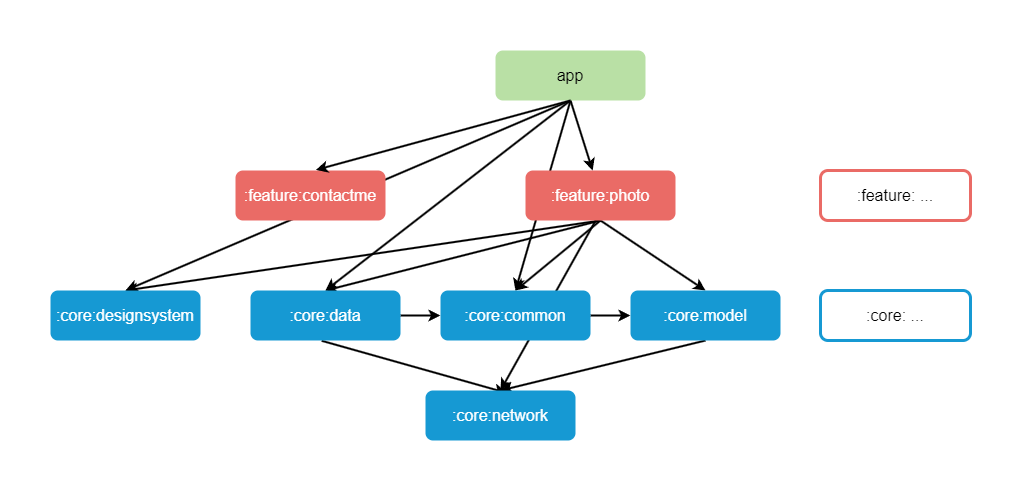
The draw.io diagram docs/images/modularization-graph.drawio.png in azrael8576/picquest, before a commit. Source tidied: cells renumbered, new cells last; positions are measured from the earlier drawing's top-left corner, leaving out a move shared by most shapes.
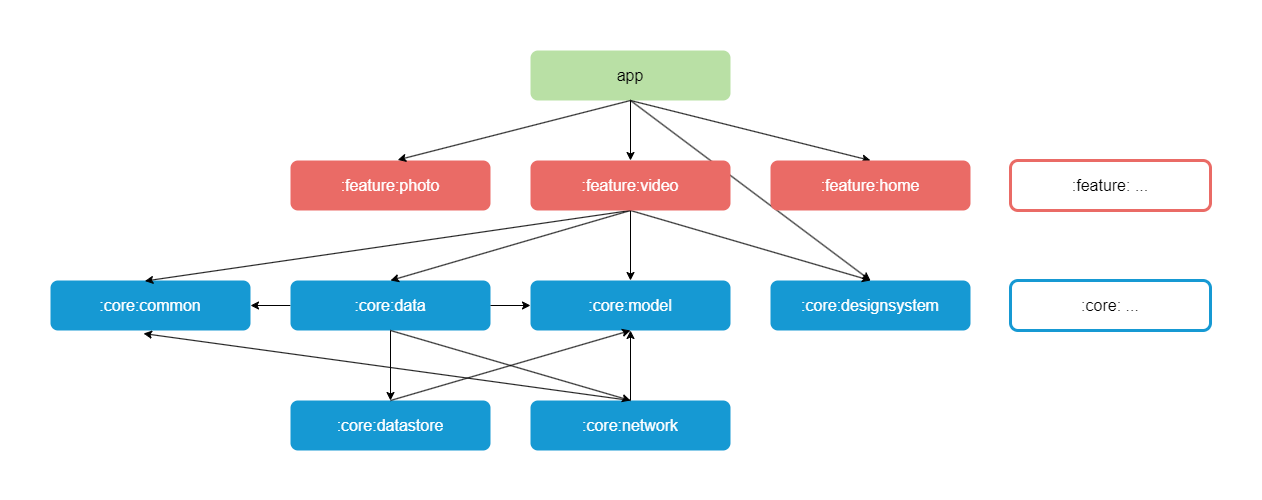
Later version of the same file.

Commit message:
chore: Update Module Dependencies (fixes #85) - docs: Update modularization-graph image

Change to the diagram source:
```diff
@@ -2,77 +2,86 @@
   <root>
     <mxCell id="0" />
     <mxCell id="1" parent="0" />
-    <mxCell id="2" style="endArrow=classic;html=1;rounded=0;exitX=0.5;exitY=1;exitDx=0;exitDy=0;strokeColor=default;strokeWidth=2;fontColor=#FFFFFF;" parent="1" edge="1" source="15" target="16">
-      <mxGeometry relative="1" as="geometry" />
-    </mxCell>
-    <mxCell id="3" style="endArrow=classic;html=1;rounded=0;strokeColor=default;strokeWidth=2;entryX=0.5;entryY=0;entryDx=0;entryDy=0;exitX=0.5;exitY=1;exitDx=0;exitDy=0;fontColor=#FFFFFF;" parent="1" edge="1" source="15" target="21">
-      <mxGeometry relative="1" as="geometry" />
-    </mxCell>
-    <mxCell id="4" style="endArrow=classic;html=1;rounded=0;strokeColor=default;strokeWidth=2;entryX=0.5;entryY=0;entryDx=0;entryDy=0;exitX=0.5;exitY=1;exitDx=0;exitDy=0;fontColor=#FFFFFF;" parent="1" edge="1" source="15" target="19">
-      <mxGeometry relative="1" as="geometry" />
-    </mxCell>
-    <mxCell id="5" style="endArrow=classic;html=1;rounded=0;strokeColor=default;strokeWidth=2;entryX=0.5;entryY=0;entryDx=0;entryDy=0;exitX=0.5;exitY=1;exitDx=0;exitDy=0;fontColor=#FFFFFF;" parent="1" edge="1" source="15" target="22">
-      <mxGeometry relative="1" as="geometry" />
-    </mxCell>
-    <mxCell id="6" style="endArrow=classic;html=1;rounded=0;strokeColor=default;strokeWidth=2;entryX=0.5;entryY=0;entryDx=0;entryDy=0;exitX=0.5;exitY=1;exitDx=0;exitDy=0;fontColor=#FFFFFF;" parent="1" edge="1" source="16" target="21">
-      <mxGeometry relative="1" as="geometry" />
-    </mxCell>
-    <mxCell id="7" style="endArrow=classic;html=1;rounded=0;strokeColor=default;strokeWidth=2;entryX=0.5;entryY=0;entryDx=0;entryDy=0;exitX=0.5;exitY=1;exitDx=0;exitDy=0;fontColor=#FFFFFF;" parent="1" edge="1" source="16" target="19">
-      <mxGeometry relative="1" as="geometry" />
-    </mxCell>
-    <mxCell id="8" style="endArrow=classic;html=1;rounded=0;strokeColor=default;strokeWidth=2;entryX=0.5;entryY=0;entryDx=0;entryDy=0;exitX=0.5;exitY=1;exitDx=0;exitDy=0;fontColor=#FFFFFF;" parent="1" edge="1" source="16" target="22">
-      <mxGeometry relative="1" as="geometry" />
-    </mxCell>
-    <mxCell id="9" style="endArrow=classic;html=1;rounded=0;strokeColor=default;strokeWidth=2;exitX=0.5;exitY=1;exitDx=0;exitDy=0;entryX=0.5;entryY=0;entryDx=0;entryDy=0;fontColor=#FFFFFF;" parent="1" edge="1" source="16" target="18">
-      <mxGeometry relative="1" as="geometry" />
-    </mxCell>
-    <mxCell id="10" style="endArrow=classic;html=1;rounded=0;strokeColor=default;strokeWidth=2;entryX=0.5;entryY=0;entryDx=0;entryDy=0;exitX=0.471;exitY=0.983;exitDx=0;exitDy=0;exitPerimeter=0;fontColor=#FFFFFF;" parent="1" edge="1" source="16" target="17">
-      <mxGeometry relative="1" as="geometry" />
-    </mxCell>
-    <mxCell id="11" style="endArrow=classic;html=1;rounded=0;strokeColor=default;strokeWidth=2;entryX=0;entryY=0.5;entryDx=0;entryDy=0;exitX=1;exitY=0.5;exitDx=0;exitDy=0;fontColor=#FFFFFF;" parent="1" edge="1" source="19" target="22">
+    <mxCell id="11" style="endArrow=classic;html=1;rounded=0;strokeColor=default;strokeWidth=1;exitX=0;exitY=0.5;exitDx=0;exitDy=0;fontColor=#FFFFFF;entryX=1;entryY=0.5;entryDx=0;entryDy=0;" parent="1" edge="1" source="21" target="19">
       <mxGeometry relative="1" as="geometry" />
     </mxCell>
-    <mxCell id="12" style="endArrow=classic;html=1;rounded=0;strokeColor=default;strokeWidth=2;entryX=0;entryY=0.5;entryDx=0;entryDy=0;exitX=1;exitY=0.5;exitDx=0;exitDy=0;fontColor=#FFFFFF;" parent="1" edge="1" source="22" target="18">
-      <mxGeometry relative="1" as="geometry" />
-    </mxCell>
-    <mxCell id="13" style="endArrow=classic;html=1;rounded=0;strokeColor=default;strokeWidth=2;exitX=0.475;exitY=1.006;exitDx=0;exitDy=0;exitPerimeter=0;entryX=0.539;entryY=0.046;entryDx=0;entryDy=0;entryPerimeter=0;fontColor=#FFFFFF;" parent="1" edge="1" source="19" target="17">
-      <mxGeometry relative="1" as="geometry" />
-    </mxCell>
-    <mxCell id="14" style="endArrow=classic;html=1;rounded=0;strokeColor=default;strokeWidth=2;entryX=0.5;entryY=0;entryDx=0;entryDy=0;exitX=0.5;exitY=1;exitDx=0;exitDy=0;fontColor=#FFFFFF;" parent="1" edge="1" source="18" target="17">
-      <mxGeometry relative="1" as="geometry" />
-    </mxCell>
     <mxCell id="15" value="&lt;font style=&quot;font-size: 16px;&quot;&gt;app&lt;/font&gt;" style="rounded=1;whiteSpace=wrap;html=1;fontSize=16;fillColor=#B9E0A5;strokeColor=none;strokeWidth=2;fontColor=#000000;" parent="1" vertex="1">
-      <mxGeometry x="445" width="150" height="50" as="geometry" />
+      <mxGeometry x="185" width="200" height="50" as="geometry" />
     </mxCell>
-    <mxCell id="16" value="&lt;font style=&quot;font-size: 16px;&quot;&gt;:feature:photo&lt;/font&gt;" style="rounded=1;whiteSpace=wrap;html=1;fontSize=16;fillColor=#EA6B66;strokeColor=none;strokeWidth=2;fontColor=#FFFFFF;" parent="1" vertex="1">
-      <mxGeometry x="475" y="120" width="150" height="50" as="geometry" />
-    </mxCell>
-    <mxCell id="17" value=":core:network" style="rounded=1;whiteSpace=wrap;html=1;fontSize=16;fillColor=#1699D3;strokeColor=none;strokeWidth=2;fontColor=#FFFFFF;" parent="1" vertex="1">
-      <mxGeometry x="375" y="340" width="150" height="50" as="geometry" />
-    </mxCell>
-    <mxCell id="18" value=":core:model" style="rounded=1;whiteSpace=wrap;html=1;fontSize=16;fillColor=#1699D3;strokeColor=none;strokeWidth=2;fontColor=#FFFFFF;" parent="1" vertex="1">
-      <mxGeometry x="580" y="240" width="150" height="50" as="geometry" />
-    </mxCell>
-    <mxCell id="19" value=":core:data" style="rounded=1;whiteSpace=wrap;html=1;fontSize=16;fillColor=#1699D3;strokeColor=none;strokeWidth=2;fontColor=#FFFFFF;" parent="1" vertex="1">
-      <mxGeometry x="200" y="240" width="150" height="50" as="geometry" />
+    <mxCell id="19" value=":core:common" style="rounded=1;whiteSpace=wrap;html=1;fontSize=16;fillColor=#1699D3;strokeColor=none;strokeWidth=1;fontColor=#FFFFFF;" parent="1" vertex="1">
+      <mxGeometry x="-295" y="230" width="200" height="50" as="geometry" />
     </mxCell>
-    <mxCell id="20" value="&lt;font style=&quot;font-size: 16px;&quot;&gt;:feature:contactme&lt;/font&gt;" style="rounded=1;whiteSpace=wrap;html=1;fontSize=16;fillColor=#EA6B66;strokeColor=none;strokeWidth=2;fontColor=#FFFFFF;" parent="1" vertex="1">
-      <mxGeometry x="185" y="120" width="150" height="50" as="geometry" />
+    <mxCell id="20" value="&lt;font style=&quot;font-size: 16px;&quot;&gt;:feature:photo&lt;/font&gt;" style="rounded=1;whiteSpace=wrap;html=1;fontSize=16;fillColor=#EA6B66;strokeColor=none;strokeWidth=1;fontColor=#FFFFFF;" parent="1" vertex="1">
+      <mxGeometry x="-55" y="110" width="200" height="50" as="geometry" />
     </mxCell>
-    <mxCell id="21" value=":core:designsystem" style="rounded=1;whiteSpace=wrap;html=1;fontSize=16;fillColor=#1699D3;strokeColor=none;strokeWidth=2;fontColor=#FFFFFF;" parent="1" vertex="1">
-      <mxGeometry y="240" width="150" height="50" as="geometry" />
+    <mxCell id="21" value=":core:data" style="rounded=1;whiteSpace=wrap;html=1;fontSize=16;fillColor=#1699D3;strokeColor=none;strokeWidth=1;fontColor=#FFFFFF;" parent="1" vertex="1">
+      <mxGeometry x="-55" y="230" width="200" height="50" as="geometry" />
     </mxCell>
-    <mxCell id="22" value=":core:common" style="rounded=1;whiteSpace=wrap;html=1;fontSize=16;fillColor=#1699D3;strokeColor=none;strokeWidth=2;fontColor=#FFFFFF;" parent="1" vertex="1">
-      <mxGeometry x="390" y="240" width="150" height="50" as="geometry" />
-    </mxCell>
-    <mxCell id="23" value="&lt;font style=&quot;font-size: 16px;&quot;&gt;:feature: ...&lt;/font&gt;" style="rounded=1;whiteSpace=wrap;html=1;fontSize=16;fillColor=#FFFFFF;strokeColor=#EA6B66;fontColor=#000000;strokeWidth=3;" parent="1" vertex="1">
-      <mxGeometry x="770" y="120" width="150" height="50" as="geometry" />
+    <mxCell id="23" value=":feature: ..." style="rounded=1;whiteSpace=wrap;html=1;fontSize=16;fillColor=#FFFFFF;strokeColor=#EA6B66;fontColor=#000000;strokeWidth=3;" parent="1" vertex="1">
+      <mxGeometry x="665" y="110" width="200" height="50" as="geometry" />
     </mxCell>
+    <mxCell id="25" style="endArrow=classic;html=1;rounded=0;strokeColor=default;strokeWidth=1;entryX=0.536;entryY=-0.011;entryDx=0;entryDy=0;exitX=0.5;exitY=1;exitDx=0;exitDy=0;entryPerimeter=0;fontColor=#FFFFFF;" parent="1" edge="1" source="15" target="20">
+      <mxGeometry relative="1" as="geometry" />
+    </mxCell>
+    <mxCell id="18" value=":core:model" style="rounded=1;whiteSpace=wrap;html=1;fontSize=16;fillColor=#1699D3;strokeColor=none;strokeWidth=2;fontColor=#FFFFFF;" parent="1" vertex="1">
+      <mxGeometry x="185" y="230" width="200" height="50" as="geometry" />
+    </mxCell>
+    <mxCell id="26" style="endArrow=classic;html=1;rounded=0;strokeColor=default;strokeWidth=1;exitX=1;exitY=0.5;exitDx=0;exitDy=0;fontColor=#FFFFFF;entryX=0;entryY=0.5;entryDx=0;entryDy=0;" parent="1" edge="1" source="21" target="18">
+      <mxGeometry relative="1" as="geometry" />
+    </mxCell>
+    <mxCell id="27" style="endArrow=classic;html=1;rounded=0;strokeColor=default;strokeWidth=1;entryX=0.472;entryY=0.011;entryDx=0;entryDy=0;exitX=0.5;exitY=1;exitDx=0;exitDy=0;entryPerimeter=0;fontColor=#FFFFFF;" parent="1" edge="1" source="42" target="19">
+      <mxGeometry relative="1" as="geometry" />
+    </mxCell>
+    <mxCell id="28" style="endArrow=classic;html=1;rounded=0;strokeColor=default;strokeWidth=1;entryX=0.5;entryY=0;entryDx=0;entryDy=0;exitX=0.5;exitY=1;exitDx=0;exitDy=0;fontColor=#FFFFFF;" parent="1" edge="1" source="15" target="42">
+      <mxGeometry relative="1" as="geometry" />
+    </mxCell>
+    <mxCell id="29" style="endArrow=classic;html=1;rounded=0;strokeColor=default;strokeWidth=1;entryX=0.5;entryY=0;entryDx=0;entryDy=0;exitX=0.5;exitY=1;exitDx=0;exitDy=0;fontColor=#FFFFFF;" parent="1" edge="1" source="42" target="21">
+      <mxGeometry relative="1" as="geometry" />
+    </mxCell>
+    <mxCell id="30" style="endArrow=classic;html=1;rounded=0;strokeColor=default;strokeWidth=1;entryX=0.5;entryY=0;entryDx=0;entryDy=0;exitX=0.5;exitY=1;exitDx=0;exitDy=0;fontColor=#FFFFFF;" parent="1" edge="1" source="42" target="18">
+      <mxGeometry relative="1" as="geometry" />
+    </mxCell>
+    <mxCell id="31" style="endArrow=classic;html=1;rounded=0;strokeColor=default;strokeWidth=1;entryX=0.5;entryY=0;entryDx=0;entryDy=0;exitX=0.5;exitY=1;exitDx=0;exitDy=0;fontColor=#FFFFFF;" parent="1" edge="1" source="15" target="35">
+      <mxGeometry relative="1" as="geometry" />
+    </mxCell>
+    <mxCell id="32" value=":core:designsystem" style="rounded=1;whiteSpace=wrap;html=1;fontSize=16;fillColor=#1699D3;strokeColor=none;strokeWidth=1;fontColor=#FFFFFF;" parent="1" vertex="1">
+      <mxGeometry x="425" y="230" width="200" height="50" as="geometry" />
+    </mxCell>
+    <mxCell id="17" value=":core:network" style="rounded=1;whiteSpace=wrap;html=1;fontSize=16;fillColor=#1699D3;strokeColor=none;strokeWidth=1;fontColor=#FFFFFF;" parent="1" vertex="1">
+      <mxGeometry x="185" y="350" width="200" height="50" as="geometry" />
+    </mxCell>
+    <mxCell id="33" value=":core:datastore" style="rounded=1;whiteSpace=wrap;html=1;fontSize=16;fillColor=#1699D3;strokeColor=none;strokeWidth=1;fontColor=#FFFFFF;" parent="1" vertex="1">
+      <mxGeometry x="-55" y="350" width="200" height="50" as="geometry" />
+    </mxCell>
+    <mxCell id="34" style="endArrow=classic;html=1;rounded=0;strokeColor=default;strokeWidth=1;entryX=0.5;entryY=0;entryDx=0;entryDy=0;exitX=0.5;exitY=1;exitDx=0;exitDy=0;fontColor=#FFFFFF;" parent="1" edge="1" source="15" target="32">
+      <mxGeometry relative="1" as="geometry" />
+    </mxCell>
+    <mxCell id="35" value="&lt;font style=&quot;font-size: 16px;&quot;&gt;:feature:home&lt;/font&gt;" style="rounded=1;whiteSpace=wrap;html=1;fontSize=16;fillColor=#EA6B66;strokeColor=none;strokeWidth=1;fontColor=#FFFFFF;" parent="1" vertex="1">
+      <mxGeometry x="425" y="110" width="200" height="50" as="geometry" />
+    </mxCell>
+    <mxCell id="36" style="endArrow=classic;html=1;rounded=0;strokeColor=default;strokeWidth=1;entryX=0.5;entryY=0;entryDx=0;entryDy=0;exitX=0.5;exitY=1;exitDx=0;exitDy=0;fontColor=#FFFFFF;" parent="1" edge="1" source="42" target="32">
+      <mxGeometry relative="1" as="geometry" />
+    </mxCell>
+    <mxCell id="37" style="endArrow=classic;html=1;rounded=0;strokeColor=default;strokeWidth=1;exitX=0.5;exitY=0;exitDx=0;exitDy=0;fontColor=#FFFFFF;entryX=0.465;entryY=1.061;entryDx=0;entryDy=0;entryPerimeter=0;" parent="1" edge="1" source="17" target="19">
+      <mxGeometry relative="1" as="geometry" />
+    </mxCell>
+    <mxCell id="38" style="endArrow=classic;html=1;rounded=0;strokeColor=default;strokeWidth=1;exitX=0.5;exitY=1;exitDx=0;exitDy=0;fontColor=#FFFFFF;entryX=0.5;entryY=0;entryDx=0;entryDy=0;" parent="1" edge="1" source="21" target="17">
+      <mxGeometry relative="1" as="geometry" />
+    </mxCell>
+    <mxCell id="39" style="endArrow=classic;html=1;rounded=0;strokeColor=default;strokeWidth=1;exitX=0.5;exitY=1;exitDx=0;exitDy=0;fontColor=#FFFFFF;entryX=0.5;entryY=0;entryDx=0;entryDy=0;" parent="1" edge="1" source="21" target="33">
+      <mxGeometry relative="1" as="geometry" />
+    </mxCell>
+    <mxCell id="40" style="endArrow=classic;html=1;rounded=0;strokeColor=default;strokeWidth=1;fontColor=#FFFFFF;exitX=0.5;exitY=0;exitDx=0;exitDy=0;entryX=0.5;entryY=1;entryDx=0;entryDy=0;" parent="1" edge="1" source="33" target="18">
+      <mxGeometry relative="1" as="geometry" />
+    </mxCell>
+    <mxCell id="41" style="endArrow=classic;html=1;rounded=0;strokeColor=default;strokeWidth=1;fontColor=#FFFFFF;exitX=0.5;exitY=0;exitDx=0;exitDy=0;entryX=0.5;entryY=1;entryDx=0;entryDy=0;" parent="1" edge="1" source="17" target="18">
+      <mxGeometry relative="1" as="geometry" />
+    </mxCell>
+    <mxCell id="42" value="&lt;font style=&quot;font-size: 16px;&quot;&gt;:feature:video&lt;/font&gt;" style="rounded=1;whiteSpace=wrap;html=1;fontSize=16;fillColor=#EA6B66;strokeColor=none;strokeWidth=1;fontColor=#FFFFFF;" parent="1" vertex="1">
+      <mxGeometry x="185" y="110" width="200" height="50" as="geometry" />
+    </mxCell>
     <mxCell id="24" value=":core: ..." style="rounded=1;whiteSpace=wrap;html=1;fontSize=16;fillColor=#FFFFFF;strokeColor=#1699D3;fontColor=#000000;strokeWidth=3;" parent="1" vertex="1">
-      <mxGeometry x="770" y="240" width="150" height="50" as="geometry" />
+      <mxGeometry x="665" y="230" width="200" height="50" as="geometry" />
     </mxCell>
-    <mxCell id="25" style="endArrow=classic;html=1;rounded=0;strokeColor=default;strokeWidth=2;entryX=0.536;entryY=-0.011;entryDx=0;entryDy=0;exitX=0.5;exitY=1;exitDx=0;exitDy=0;entryPerimeter=0;fontColor=#FFFFFF;" parent="1" edge="1" source="15" target="20">
-      <mxGeometry relative="1" as="geometry" />
-    </mxCell>
   </root>
 </mxGraphModel>
```
